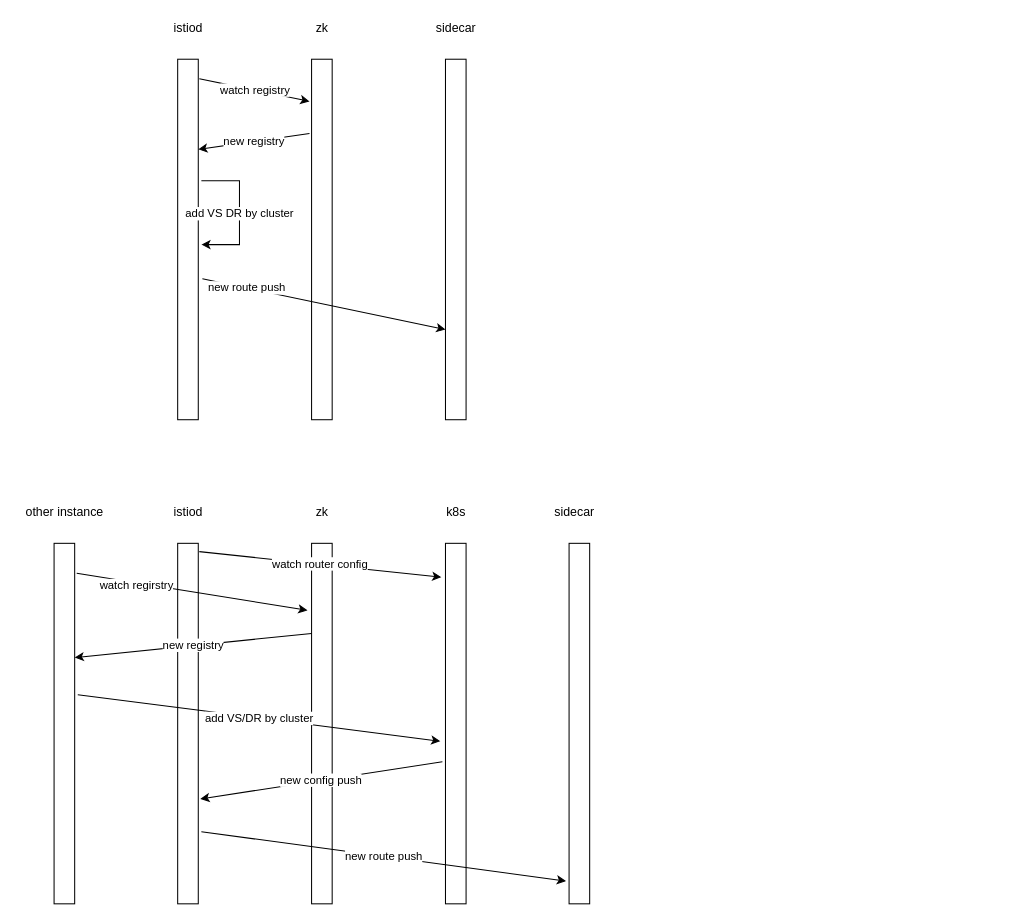
yueyangtian/draw keeps this draw.io diagram as mesh/plan.drawio. Above is the earlier version. Source tidied: cells renumbered, new cells numbered last; positions are measured from the earlier drawing's top-left corner, leaving out a move shared by most shapes. Both pictures are drawn from the tidied source at 103%, with x=0, y=0 at pixel (18, 18).
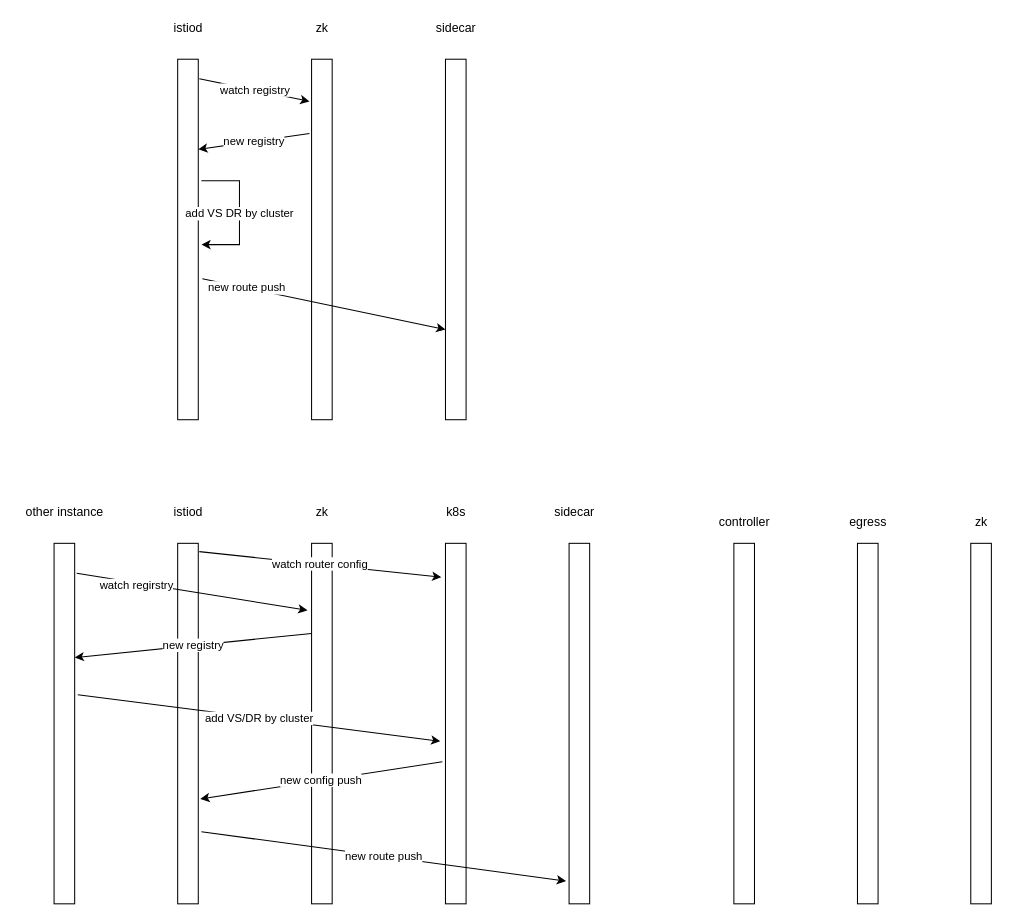
After the change.

The edit, as a diff of the source:
```diff
@@
+    <mxCell id="30" style="rounded=0;whiteSpace=wrap;html=1;" parent="1" vertex="1">
+      <mxGeometry x="695" y="510" width="20" height="350" as="geometry" />
+    </mxCell>
+    <mxCell id="31" style="rounded=0;whiteSpace=wrap;html=1;" parent="1" vertex="1">
+      <mxGeometry x="815" y="510" width="20" height="350" as="geometry" />
+    </mxCell>
+    <mxCell id="32" value="controller" style="text;html=1;align=center;verticalAlign=middle;strokeColor=none;fillColor=none;" parent="1" vertex="1">
+      <mxGeometry x="670" y="480" width="70" height="20" as="geometry" />
+    </mxCell>
+    <mxCell id="33" value="egress" style="text;html=1;align=center;verticalAlign=middle;strokeColor=none;fillColor=none;" parent="1" vertex="1">
+      <mxGeometry x="800" y="480" width="50" height="20" as="geometry" />
+    </mxCell>
+    <mxCell id="34" style="rounded=0;whiteSpace=wrap;html=1;" parent="1" vertex="1">
+      <mxGeometry x="925" y="510" width="20" height="350" as="geometry" />
+    </mxCell>
+    <mxCell id="35" value="zk" style="text;html=1;align=center;verticalAlign=middle;strokeColor=none;fillColor=none;" parent="1" vertex="1">
+      <mxGeometry x="920" y="480" width="30" height="20" as="geometry" />
+    </mxCell>
```
